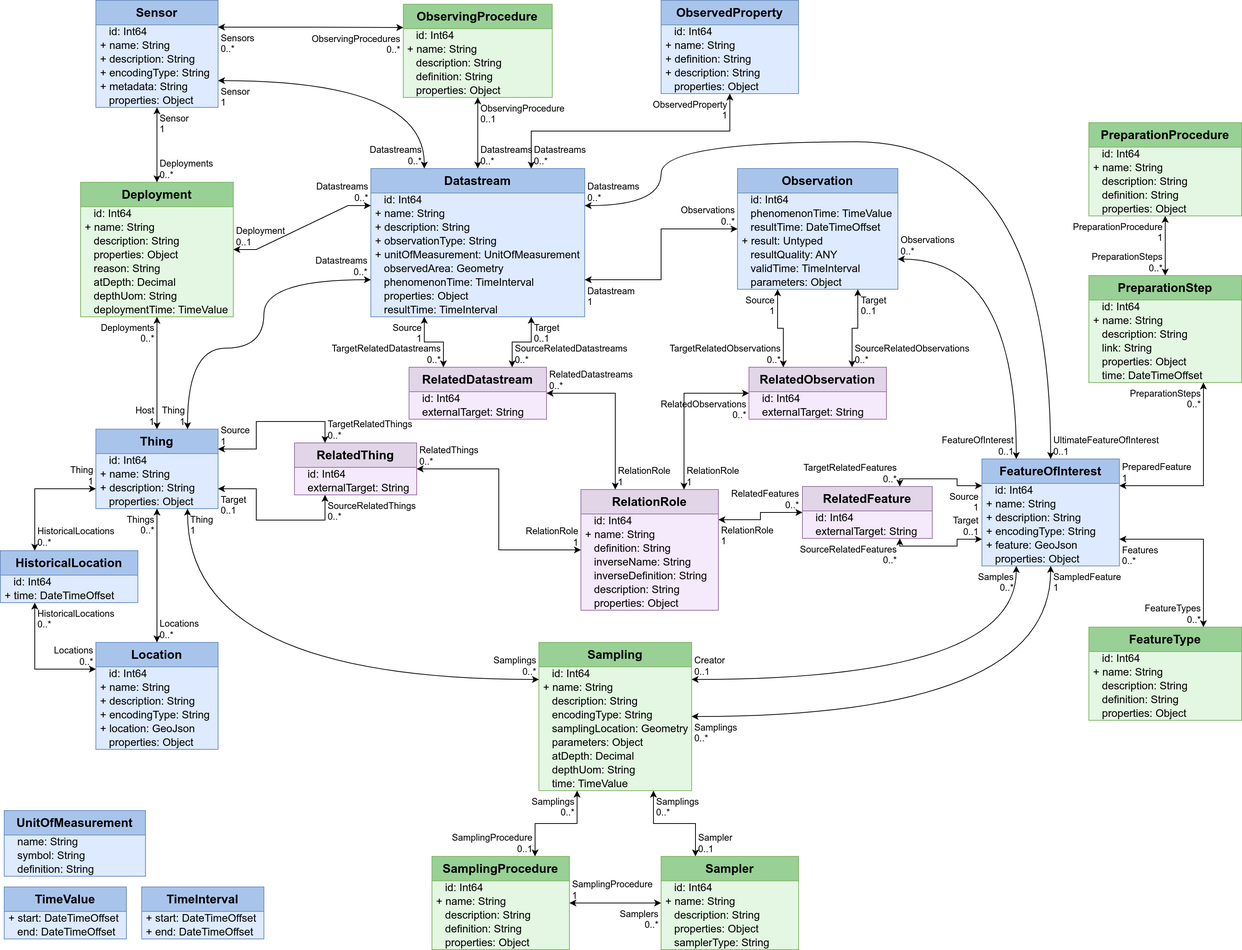
Earlier version of the draw.io export Datamodel-SensorThingsApi-WaterQualityIE-implemented.drawio.png (hylkevds/FROST-Server.Plugin.WaterQualityIE). Source tidied: cells renumbered, new cells last; positions are measured from the earlier drawing's top-left corner, leaving out a move shared by most shapes.
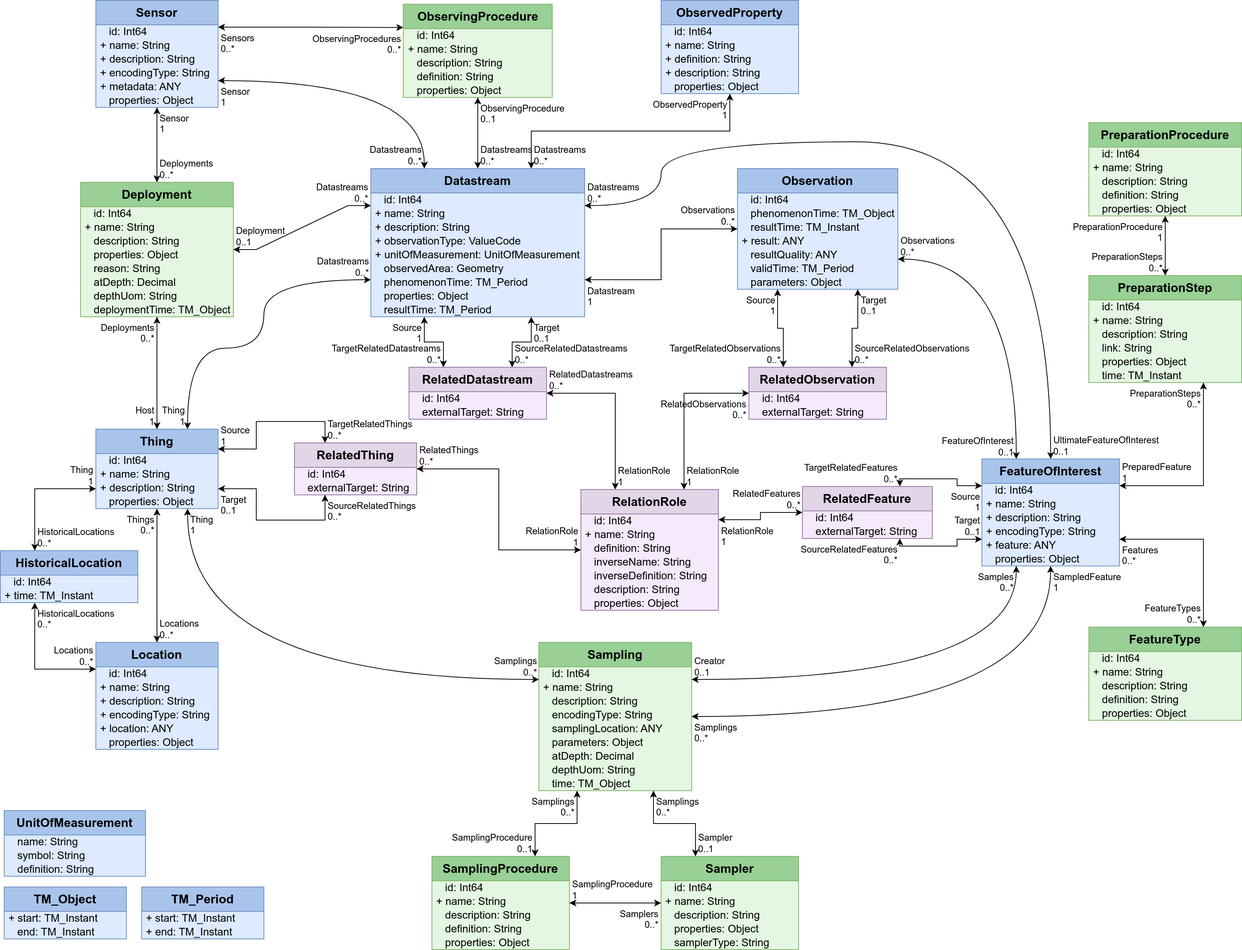
The same file after the commit.

The edit, as a diff of the source:
```diff
@@ -14,7 +14,7 @@
     <mxCell id="5" value="+ description: String" style="text;strokeColor=none;fillColor=none;align=left;verticalAlign=middle;spacingLeft=4;spacingRight=4;overflow=visible;html=1;fontSize=14;" parent="2" vertex="1">
       <mxGeometry y="68" width="280" height="18" as="geometry" />
     </mxCell>
-    <mxCell id="6" value="+ observationType: String" style="text;strokeColor=none;fillColor=none;align=left;verticalAlign=middle;spacingLeft=4;spacingRight=4;overflow=visible;html=1;fontSize=14;" parent="2" vertex="1">
+    <mxCell id="6" value="+ observationType: ValueCode" style="text;strokeColor=none;fillColor=none;align=left;verticalAlign=middle;spacingLeft=4;spacingRight=4;overflow=visible;html=1;fontSize=14;" parent="2" vertex="1">
       <mxGeometry y="86" width="280" height="18" as="geometry" />
     </mxCell>
     <mxCell id="7" value="+ unitOfMeasurement: UnitOfMeasurement" style="text;strokeColor=none;fillColor=none;align=left;verticalAlign=middle;spacingLeft=4;spacingRight=4;overflow=visible;html=1;fontSize=14;" parent="2" vertex="1">
@@ -23,13 +23,13 @@
     <mxCell id="8" value="&amp;nbsp;&amp;nbsp;&amp;nbsp;observedArea: Geometry" style="text;strokeColor=none;fillColor=none;align=left;verticalAlign=middle;spacingLeft=4;spacingRight=4;overflow=visible;html=1;fontSize=14;" parent="2" vertex="1">
       <mxGeometry y="122" width="280" height="18" as="geometry" />
     </mxCell>
-    <mxCell id="9" value="&amp;nbsp;&amp;nbsp;&amp;nbsp;phenomenonTime: TimeInterval" style="text;strokeColor=none;fillColor=none;align=left;verticalAlign=middle;spacingLeft=4;spacingRight=4;overflow=visible;html=1;fontSize=14;" parent="2" vertex="1">
+    <mxCell id="9" value="&amp;nbsp;&amp;nbsp;&amp;nbsp;phenomenonTime: TM_Period" style="text;strokeColor=none;fillColor=none;align=left;verticalAlign=middle;spacingLeft=4;spacingRight=4;overflow=visible;html=1;fontSize=14;" parent="2" vertex="1">
       <mxGeometry y="140" width="280" height="18" as="geometry" />
     </mxCell>
     <mxCell id="10" value="&amp;nbsp;&amp;nbsp;&amp;nbsp;properties: Object" style="text;strokeColor=none;fillColor=none;align=left;verticalAlign=middle;spacingLeft=4;spacingRight=4;overflow=visible;html=1;fontSize=14;" parent="2" vertex="1">
       <mxGeometry y="158" width="280" height="18" as="geometry" />
     </mxCell>
-    <mxCell id="11" value="&amp;nbsp;&amp;nbsp;&amp;nbsp;resultTime: TimeInterval" style="text;strokeColor=none;fillColor=none;align=left;verticalAlign=middle;spacingLeft=4;spacingRight=4;overflow=visible;html=1;fontSize=14;" parent="2" vertex="1">
+    <mxCell id="11" value="&amp;nbsp;&amp;nbsp;&amp;nbsp;resultTime: TM_Period" style="text;strokeColor=none;fillColor=none;align=left;verticalAlign=middle;spacingLeft=4;spacingRight=4;overflow=visible;html=1;fontSize=14;" parent="2" vertex="1">
       <mxGeometry y="176" width="280" height="18" as="geometry" />
     </mxCell>
     <mxCell id="12" value="Deployment" style="swimlane;fontStyle=1;horizontal=1;startSize=32;fontSize=16;whiteSpace=wrap;html=1;fillColor=#98D095;strokeColor=#82b366;swimlaneFillColor=#E3F7E2;" parent="1" vertex="1">
@@ -56,7 +56,7 @@
     <mxCell id="19" value="&amp;nbsp;&amp;nbsp;&amp;nbsp;depthUom: String" style="text;strokeColor=none;fillColor=none;align=left;verticalAlign=middle;spacingLeft=4;spacingRight=4;overflow=visible;html=1;fontSize=14;" parent="12" vertex="1">
       <mxGeometry y="140" width="200" height="18" as="geometry" />
     </mxCell>
-    <mxCell id="20" value="&amp;nbsp;&amp;nbsp;&amp;nbsp;deploymentTime: TimeValue" style="text;strokeColor=none;fillColor=none;align=left;verticalAlign=middle;spacingLeft=4;spacingRight=4;overflow=visible;html=1;fontSize=14;" parent="12" vertex="1">
+    <mxCell id="20" value="&amp;nbsp;&amp;nbsp;&amp;nbsp;deploymentTime: TM_Object" style="text;strokeColor=none;fillColor=none;align=left;verticalAlign=middle;spacingLeft=4;spacingRight=4;overflow=visible;html=1;fontSize=14;" parent="12" vertex="1">
       <mxGeometry y="158" width="200" height="18" as="geometry" />
     </mxCell>
     <mxCell id="21" value="FeatureOfInterest" style="swimlane;fontStyle=1;horizontal=1;startSize=32;fontSize=16;whiteSpace=wrap;html=1;fillColor=#A9C4EB;strokeColor=#6c8ebf;swimlaneFillColor=#DDEAFF;verticalAlign=top;" parent="1" vertex="1">
@@ -74,7 +74,7 @@
     <mxCell id="25" value="+ encodingType: String" style="text;strokeColor=none;fillColor=none;align=left;verticalAlign=middle;spacingLeft=4;spacingRight=4;overflow=visible;html=1;fontSize=14;" parent="21" vertex="1">
       <mxGeometry y="86" width="180" height="18" as="geometry" />
     </mxCell>
-    <mxCell id="26" value="+ feature: GeoJson" style="text;strokeColor=none;fillColor=none;align=left;verticalAlign=middle;spacingLeft=4;spacingRight=4;overflow=visible;html=1;fontSize=14;" parent="21" vertex="1">
+    <mxCell id="26" value="+ feature: ANY" style="text;strokeColor=none;fillColor=none;align=left;verticalAlign=middle;spacingLeft=4;spacingRight=4;overflow=visible;html=1;fontSize=14;" parent="21" vertex="1">
       <mxGeometry y="104" width="180" height="18" as="geometry" />
     </mxCell>
     <mxCell id="27" value="&amp;nbsp;&amp;nbsp;&amp;nbsp;properties: Object" style="text;strokeColor=none;fillColor=none;align=left;verticalAlign=middle;spacingLeft=4;spacingRight=4;overflow=visible;html=1;fontSize=14;" parent="21" vertex="1">
@@ -128,7 +128,7 @@
     <mxCell id="41" value="&amp;nbsp;&amp;nbsp;&amp;nbsp;id: Int64" style="text;strokeColor=none;fillColor=none;align=left;verticalAlign=middle;spacingLeft=4;spacingRight=4;overflow=visible;html=1;fontSize=14;" parent="40" vertex="1">
       <mxGeometry y="32" width="180" height="18" as="geometry" />
     </mxCell>
-    <mxCell id="42" value="+ time: DateTimeOffset" style="text;strokeColor=none;fillColor=none;align=left;verticalAlign=middle;spacingLeft=4;spacingRight=4;overflow=visible;html=1;fontSize=14;" parent="40" vertex="1">
+    <mxCell id="42" value="+ time: TM_Instant" style="text;strokeColor=none;fillColor=none;align=left;verticalAlign=middle;spacingLeft=4;spacingRight=4;overflow=visible;html=1;fontSize=14;" parent="40" vertex="1">
       <mxGeometry y="50" width="180" height="18" as="geometry" />
     </mxCell>
     <mxCell id="43" value="Location" style="swimlane;fontStyle=1;horizontal=1;startSize=32;fontSize=16;whiteSpace=wrap;html=1;fillColor=#A9C4EB;strokeColor=#6c8ebf;swimlaneFillColor=#DDEAFF;verticalAlign=top;" parent="1" vertex="1">
@@ -146,7 +146,7 @@
     <mxCell id="47" value="+ encodingType: String" style="text;strokeColor=none;fillColor=none;align=left;verticalAlign=middle;spacingLeft=4;spacingRight=4;overflow=visible;html=1;fontSize=14;" parent="43" vertex="1">
       <mxGeometry y="86" width="160" height="18" as="geometry" />
     </mxCell>
-    <mxCell id="48" value="+ location: GeoJson" style="text;strokeColor=none;fillColor=none;align=left;verticalAlign=middle;spacingLeft=4;spacingRight=4;overflow=visible;html=1;fontSize=14;" parent="43" vertex="1">
+    <mxCell id="48" value="+ location: ANY" style="text;strokeColor=none;fillColor=none;align=left;verticalAlign=middle;spacingLeft=4;spacingRight=4;overflow=visible;html=1;fontSize=14;" parent="43" vertex="1">
       <mxGeometry y="104" width="160" height="18" as="geometry" />
     </mxCell>
     <mxCell id="49" value="&amp;nbsp;&amp;nbsp;&amp;nbsp;properties: Object" style="text;strokeColor=none;fillColor=none;align=left;verticalAlign=middle;spacingLeft=4;spacingRight=4;overflow=visible;html=1;fontSize=14;" parent="43" vertex="1">
@@ -167,19 +167,19 @@
     <mxCell id="54" value="&amp;nbsp;&amp;nbsp;&amp;nbsp;id: Int64" style="text;strokeColor=none;fillColor=none;align=left;verticalAlign=middle;spacingLeft=4;spacingRight=4;overflow=visible;html=1;fontSize=14;" parent="53" vertex="1">
       <mxGeometry y="32" width="210" height="18" as="geometry" />
     </mxCell>
-    <mxCell id="55" value="&amp;nbsp;&amp;nbsp;&amp;nbsp;phenomenonTime: TimeValue" style="text;strokeColor=none;fillColor=none;align=left;verticalAlign=middle;spacingLeft=4;spacingRight=4;overflow=visible;html=1;fontSize=14;" parent="53" vertex="1">
+    <mxCell id="55" value="&amp;nbsp;&amp;nbsp;&amp;nbsp;phenomenonTime: TM_Object" style="text;strokeColor=none;fillColor=none;align=left;verticalAlign=middle;spacingLeft=4;spacingRight=4;overflow=visible;html=1;fontSize=14;" parent="53" vertex="1">
       <mxGeometry y="50" width="210" height="18" as="geometry" />
     </mxCell>
-    <mxCell id="56" value="&amp;nbsp;&amp;nbsp;&amp;nbsp;resultTime: DateTimeOffset" style="text;strokeColor=none;fillColor=none;align=left;verticalAlign=middle;spacingLeft=4;spacingRight=4;overflow=visible;html=1;fontSize=14;" parent="53" vertex="1">
+    <mxCell id="56" value="&amp;nbsp;&amp;nbsp;&amp;nbsp;resultTime: TM_Instant" style="text;strokeColor=none;fillColor=none;align=left;verticalAlign=middle;spacingLeft=4;spacingRight=4;overflow=visible;html=1;fontSize=14;" parent="53" vertex="1">
       <mxGeometry y="68" width="210" height="18" as="geometry" />
     </mxCell>
-    <mxCell id="57" value="+ result: Untyped" style="text;strokeColor=none;fillColor=none;align=left;verticalAlign=middle;spacingLeft=4;spacingRight=4;overflow=visible;html=1;fontSize=14;" parent="53" vertex="1">
+    <mxCell id="57" value="+ result: ANY" style="text;strokeColor=none;fillColor=none;align=left;verticalAlign=middle;spacingLeft=4;spacingRight=4;overflow=visible;html=1;fontSize=14;" parent="53" vertex="1">
       <mxGeometry y="86" width="210" height="18" as="geometry" />
     </mxCell>
     <mxCell id="58" value="&amp;nbsp;&amp;nbsp;&amp;nbsp;resultQuality: ANY" style="text;strokeColor=none;fillColor=none;align=left;verticalAlign=middle;spacingLeft=4;spacingRight=4;overflow=visible;html=1;fontSize=14;" parent="53" vertex="1">
       <mxGeometry y="104" width="210" height="18" as="geometry" />
     </mxCell>
-    <mxCell id="59" value="&amp;nbsp;&amp;nbsp;&amp;nbsp;validTime: TimeInterval" style="text;strokeColor=none;fillColor=none;align=left;verticalAlign=middle;spacingLeft=4;spacingRight=4;overflow=visible;html=1;fontSize=14;" parent="53" vertex="1">
+    <mxCell id="59" value="&amp;nbsp;&amp;nbsp;&amp;nbsp;validTime: TM_Period" style="text;strokeColor=none;fillColor=none;align=left;verticalAlign=middle;spacingLeft=4;spacingRight=4;overflow=visible;html=1;fontSize=14;" parent="53" vertex="1">
       <mxGeometry y="122" width="210" height="18" as="geometry" />
     </mxCell>
     <mxCell id="60" value="&amp;nbsp;&amp;nbsp;&amp;nbsp;parameters: Object" style="text;strokeColor=none;fillColor=none;align=left;verticalAlign=middle;spacingLeft=4;spacingRight=4;overflow=visible;html=1;fontSize=14;" parent="53" vertex="1">
@@ -293,7 +293,7 @@
     <mxCell id="96" value="&amp;nbsp;&amp;nbsp;&amp;nbsp;properties: Object" style="text;strokeColor=none;fillColor=none;align=left;verticalAlign=middle;spacingLeft=4;spacingRight=4;overflow=visible;html=1;fontSize=14;" parent="91" vertex="1">
       <mxGeometry y="104" width="200" height="18" as="geometry" />
     </mxCell>
-    <mxCell id="97" value="&amp;nbsp;&amp;nbsp;&amp;nbsp;time: DateTimeOffset" style="text;strokeColor=none;fillColor=none;align=left;verticalAlign=middle;spacingLeft=4;spacingRight=4;overflow=visible;html=1;fontSize=14;" parent="91" vertex="1">
+    <mxCell id="97" value="&amp;nbsp;&amp;nbsp;&amp;nbsp;time: TM_Instant" style="text;strokeColor=none;fillColor=none;align=left;verticalAlign=middle;spacingLeft=4;spacingRight=4;overflow=visible;html=1;fontSize=14;" parent="91" vertex="1">
       <mxGeometry y="122" width="200" height="18" as="geometry" />
     </mxCell>
     <mxCell id="98" style="endArrow=classic;startArrow=classic;html=1;rounded=0;entryX=1;entryY=0.25;entryDx=0;entryDy=0;edgeStyle=orthogonalEdgeStyle;exitX=0.75;exitY=1;exitDx=0;exitDy=0;" parent="1" edge="1" source="91" target="21">
@@ -497,7 +497,7 @@
     <mxCell id="164" value="&amp;nbsp;&amp;nbsp;&amp;nbsp;encodingType: String" style="text;strokeColor=none;fillColor=none;align=left;verticalAlign=middle;spacingLeft=4;spacingRight=4;overflow=visible;html=1;fontSize=14;" parent="160" vertex="1">
       <mxGeometry y="86" width="200" height="18" as="geometry" />
     </mxCell>
-    <mxCell id="165" value="&amp;nbsp;&amp;nbsp;&amp;nbsp;samplingLocation: Geometry" style="text;strokeColor=none;fillColor=none;align=left;verticalAlign=middle;spacingLeft=4;spacingRight=4;overflow=visible;html=1;fontSize=14;" parent="160" vertex="1">
+    <mxCell id="165" value="&amp;nbsp;&amp;nbsp;&amp;nbsp;samplingLocation: ANY" style="text;strokeColor=none;fillColor=none;align=left;verticalAlign=middle;spacingLeft=4;spacingRight=4;overflow=visible;html=1;fontSize=14;" parent="160" vertex="1">
       <mxGeometry y="104" width="200" height="18" as="geometry" />
     </mxCell>
     <mxCell id="166" value="&amp;nbsp;&amp;nbsp;&amp;nbsp;parameters: Object" style="text;strokeColor=none;fillColor=none;align=left;verticalAlign=middle;spacingLeft=4;spacingRight=4;overflow=visible;html=1;fontSize=14;" parent="160" vertex="1">
@@ -509,7 +509,7 @@
     <mxCell id="168" value="&amp;nbsp;&amp;nbsp;&amp;nbsp;depthUom: String" style="text;strokeColor=none;fillColor=none;align=left;verticalAlign=middle;spacingLeft=4;spacingRight=4;overflow=visible;html=1;fontSize=14;" parent="160" vertex="1">
       <mxGeometry y="158" width="200" height="18" as="geometry" />
     </mxCell>
-    <mxCell id="169" value="&amp;nbsp;&amp;nbsp;&amp;nbsp;time: TimeValue" style="text;strokeColor=none;fillColor=none;align=left;verticalAlign=middle;spacingLeft=4;spacingRight=4;overflow=visible;html=1;fontSize=14;" parent="160" vertex="1">
+    <mxCell id="169" value="&amp;nbsp;&amp;nbsp;&amp;nbsp;time: TM_Object" style="text;strokeColor=none;fillColor=none;align=left;verticalAlign=middle;spacingLeft=4;spacingRight=4;overflow=visible;html=1;fontSize=14;" parent="160" vertex="1">
       <mxGeometry y="176" width="200" height="18" as="geometry" />
     </mxCell>
     <mxCell id="170" style="endArrow=classic;startArrow=classic;html=1;rounded=0;entryX=0.5;entryY=1;entryDx=0;entryDy=0;edgeStyle=orthogonalEdgeStyle;exitX=1;exitY=0.5;exitDx=0;exitDy=0;curved=1;" parent="1" edge="1" source="160" target="21">
@@ -590,7 +590,7 @@
     <mxCell id="195" value="+ encodingType: String" style="text;strokeColor=none;fillColor=none;align=left;verticalAlign=middle;spacingLeft=4;spacingRight=4;overflow=visible;html=1;fontSize=14;" parent="191" vertex="1">
       <mxGeometry y="86" width="160" height="18" as="geometry" />
     </mxCell>
-    <mxCell id="196" value="+ metadata: String" style="text;strokeColor=none;fillColor=none;align=left;verticalAlign=middle;spacingLeft=4;spacingRight=4;overflow=visible;html=1;fontSize=14;" parent="191" vertex="1">
+    <mxCell id="196" value="+ metadata: ANY" style="text;strokeColor=none;fillColor=none;align=left;verticalAlign=middle;spacingLeft=4;spacingRight=4;overflow=visible;html=1;fontSize=14;" parent="191" vertex="1">
       <mxGeometry y="104" width="160" height="18" as="geometry" />
     </mxCell>
     <mxCell id="197" value="&amp;nbsp;&amp;nbsp;&amp;nbsp;properties: Object" style="text;strokeColor=none;fillColor=none;align=left;verticalAlign=middle;spacingLeft=4;spacingRight=4;overflow=visible;html=1;fontSize=14;" parent="191" vertex="1">
@@ -713,22 +713,22 @@
     <mxCell id="232" value="Datastreams&lt;br&gt;0..*" style="edgeLabel;html=1;align=right;verticalAlign=bottom;labelBackgroundColor=none;fontSize=12;spacingLeft=1;spacing=3;spacingRight=2;" parent="230" vertex="1">
       <mxGeometry x="1" relative="1" as="geometry" />
     </mxCell>
-    <mxCell id="233" value="TimeInterval" style="swimlane;fontStyle=1;horizontal=1;startSize=32;fontSize=16;whiteSpace=wrap;html=1;fillColor=#A9C4EB;strokeColor=#6c8ebf;swimlaneFillColor=#DDEAFF;verticalAlign=top;" parent="1" vertex="1">
+    <mxCell id="233" value="TM_Period" style="swimlane;fontStyle=1;horizontal=1;startSize=32;fontSize=16;whiteSpace=wrap;html=1;fillColor=#A9C4EB;strokeColor=#6c8ebf;swimlaneFillColor=#DDEAFF;verticalAlign=top;" parent="1" vertex="1">
       <mxGeometry x="185" y="1160" width="160" height="68" as="geometry" />
     </mxCell>
-    <mxCell id="234" value="+ start: DateTimeOffset" style="text;strokeColor=none;fillColor=none;align=left;verticalAlign=middle;spacingLeft=4;spacingRight=4;overflow=visible;html=1;fontSize=14;" parent="233" vertex="1">
+    <mxCell id="234" value="+ start: TM_Instant" style="text;strokeColor=none;fillColor=none;align=left;verticalAlign=middle;spacingLeft=4;spacingRight=4;overflow=visible;html=1;fontSize=14;" parent="233" vertex="1">
       <mxGeometry y="32" width="160" height="18" as="geometry" />
     </mxCell>
-    <mxCell id="235" value="+ end: DateTimeOffset" style="text;strokeColor=none;fillColor=none;align=left;verticalAlign=middle;spacingLeft=4;spacingRight=4;overflow=visible;html=1;fontSize=14;" parent="233" vertex="1">
+    <mxCell id="235" value="+ end: TM_Instant" style="text;strokeColor=none;fillColor=none;align=left;verticalAlign=middle;spacingLeft=4;spacingRight=4;overflow=visible;html=1;fontSize=14;" parent="233" vertex="1">
       <mxGeometry y="50" width="160" height="18" as="geometry" />
     </mxCell>
-    <mxCell id="236" value="TimeValue" style="swimlane;fontStyle=1;horizontal=1;startSize=32;fontSize=16;whiteSpace=wrap;html=1;fillColor=#A9C4EB;strokeColor=#6c8ebf;swimlaneFillColor=#DDEAFF;verticalAlign=top;" parent="1" vertex="1">
+    <mxCell id="236" value="TM_Object" style="swimlane;fontStyle=1;horizontal=1;startSize=32;fontSize=16;whiteSpace=wrap;html=1;fillColor=#A9C4EB;strokeColor=#6c8ebf;swimlaneFillColor=#DDEAFF;verticalAlign=top;" parent="1" vertex="1">
       <mxGeometry x="5" y="1160" width="160" height="68" as="geometry" />
     </mxCell>
-    <mxCell id="237" value="+ start: DateTimeOffset" style="text;strokeColor=none;fillColor=none;align=left;verticalAlign=middle;spacingLeft=4;spacingRight=4;overflow=visible;html=1;fontSize=14;" parent="236" vertex="1">
+    <mxCell id="237" value="+ start: TM_Instant" style="text;strokeColor=none;fillColor=none;align=left;verticalAlign=middle;spacingLeft=4;spacingRight=4;overflow=visible;html=1;fontSize=14;" parent="236" vertex="1">
       <mxGeometry y="32" width="160" height="18" as="geometry" />
     </mxCell>
-    <mxCell id="238" value="&amp;nbsp;&amp;nbsp;&amp;nbsp;end: DateTimeOffset" style="text;strokeColor=none;fillColor=none;align=left;verticalAlign=middle;spacingLeft=4;spacingRight=4;overflow=visible;html=1;fontSize=14;" parent="236" vertex="1">
+    <mxCell id="238" value="&amp;nbsp;&amp;nbsp;&amp;nbsp;end: TM_Instant" style="text;strokeColor=none;fillColor=none;align=left;verticalAlign=middle;spacingLeft=4;spacingRight=4;overflow=visible;html=1;fontSize=14;" parent="236" vertex="1">
       <mxGeometry y="50" width="160" height="18" as="geometry" />
     </mxCell>
     <mxCell id="239" value="UnitOfMeasurement" style="swimlane;fontStyle=1;horizontal=1;startSize=32;fontSize=16;whiteSpace=wrap;html=1;fillColor=#A9C4EB;strokeColor=#6c8ebf;swimlaneFillColor=#DDEAFF;verticalAlign=top;" parent="1" vertex="1">
```
